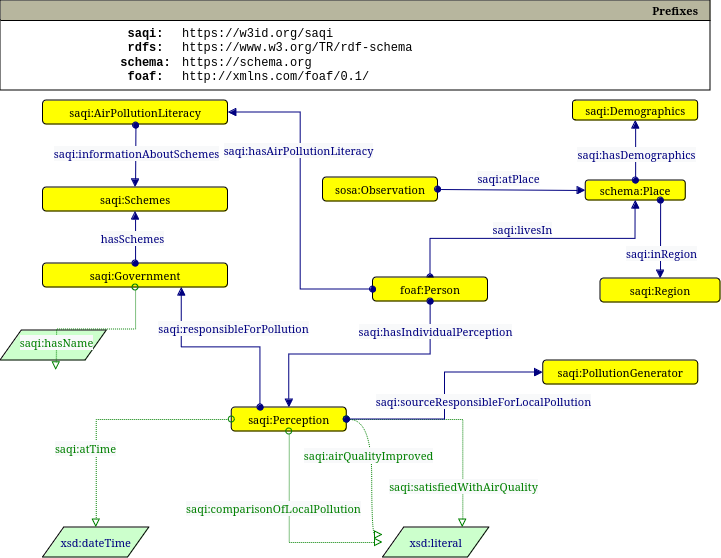
Above: paper/figures/Ethnography.png in kracr/aq-structured-platform (draw.io), before the change. Source tidied: cells renumbered, new cells last; positions are measured from the earlier drawing's top-left corner, leaving out a move shared by most shapes.
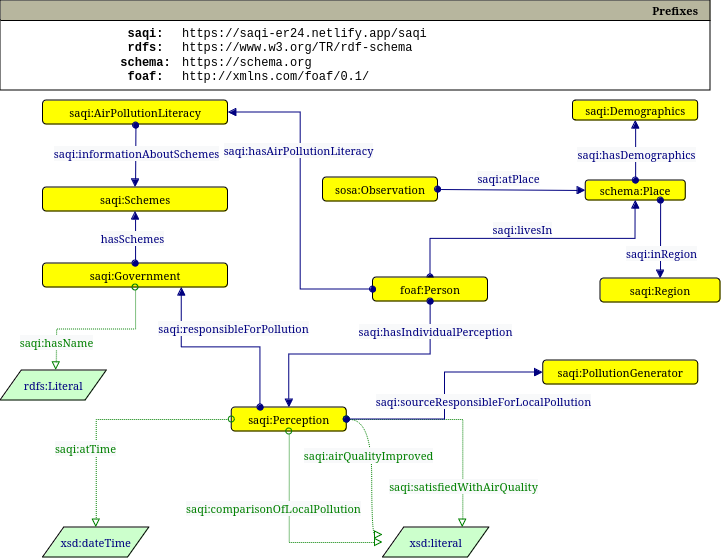
Above is the later version.

What changed in the source:
```diff
@@ -25,8 +25,8 @@
     <mxCell id="8" value="&lt;b&gt;saqi:&lt;/b&gt;&lt;b&gt;&lt;br&gt;&lt;/b&gt;&lt;b&gt;rdfs:&lt;br&gt;&lt;/b&gt;&lt;b&gt;schema:&lt;br&gt;foaf:&lt;br&gt;&lt;/b&gt;" style="text;html=1;align=center;verticalAlign=middle;fontFamily=Courier New;" parent="7" vertex="1">
       <mxGeometry x="110" y="20" width="70" height="70" as="geometry" />
     </mxCell>
-    <mxCell id="9" value="https://w3id.org/saqi&lt;br&gt;https://www.w3.org/TR/rdf-schema&lt;br&gt;&lt;div&gt;https://schema.org&lt;/div&gt;http://xmlns.com/foaf/0.1/" style="text;html=1;align=left;verticalAlign=middle;fontFamily=Courier New;rounded=1;glass=0;" parent="7" vertex="1">
-      <mxGeometry x="180" y="20" width="250" height="70" as="geometry" />
+    <mxCell id="9" value="https://saqi-er24.netlify.app/saqi&lt;br&gt;https://www.w3.org/TR/rdf-schema&lt;br&gt;&lt;div&gt;https://schema.org&lt;/div&gt;http://xmlns.com/foaf/0.1/" style="text;html=1;align=left;verticalAlign=middle;fontFamily=Courier New;rounded=1;glass=0;" parent="7" vertex="1">
+      <mxGeometry x="180" y="20" width="270" height="70" as="geometry" />
     </mxCell>
     <mxCell id="10" style="graphMlID=e0;rounded=0;endArrow=block;strokeColor=#000080;strokeWidth=1.0;startArrow=oval;startFill=1;endFill=1;fontSize=11;fontColor=#000080;exitX=0.5;exitY=0;exitDx=0;exitDy=0;entryX=0.5;entryY=1;entryDx=0;entryDy=0;edgeStyle=orthogonalEdgeStyle;" parent="1" edge="1" source="3" target="12">
       <mxGeometry relative="1" as="geometry" />
@@ -92,7 +92,7 @@
       </mxGeometry>
     </mxCell>
     <mxCell id="27" value="rdfs:Literal" style="graphMlID=n6;shape=parallelogram;fillColor=#ccffcc;strokeColor=#000000;strokeWidth=1.0;fontSize=11;fontColor=#000080;" parent="1" vertex="1">
-      <mxGeometry y="330" width="106.3" height="30" as="geometry" />
+      <mxGeometry y="370" width="106.3" height="30" as="geometry" />
     </mxCell>
     <mxCell id="28" style="graphMlID=e6;rounded=0;endArrow=block;strokeColor=#008000;dashed=1;dashPattern=1 1;strokeWidth=1.0;startArrow=oval;startFill=0;endFill=0;fontSize=11;fontColor=#000080;entryX=0.5;entryY=0;entryDx=0;entryDy=0;exitX=0.5;exitY=1;exitDx=0;exitDy=0;edgeStyle=orthogonalEdgeStyle;" parent="1" edge="1" source="6">
       <mxGeometry relative="1" as="geometry">
```
